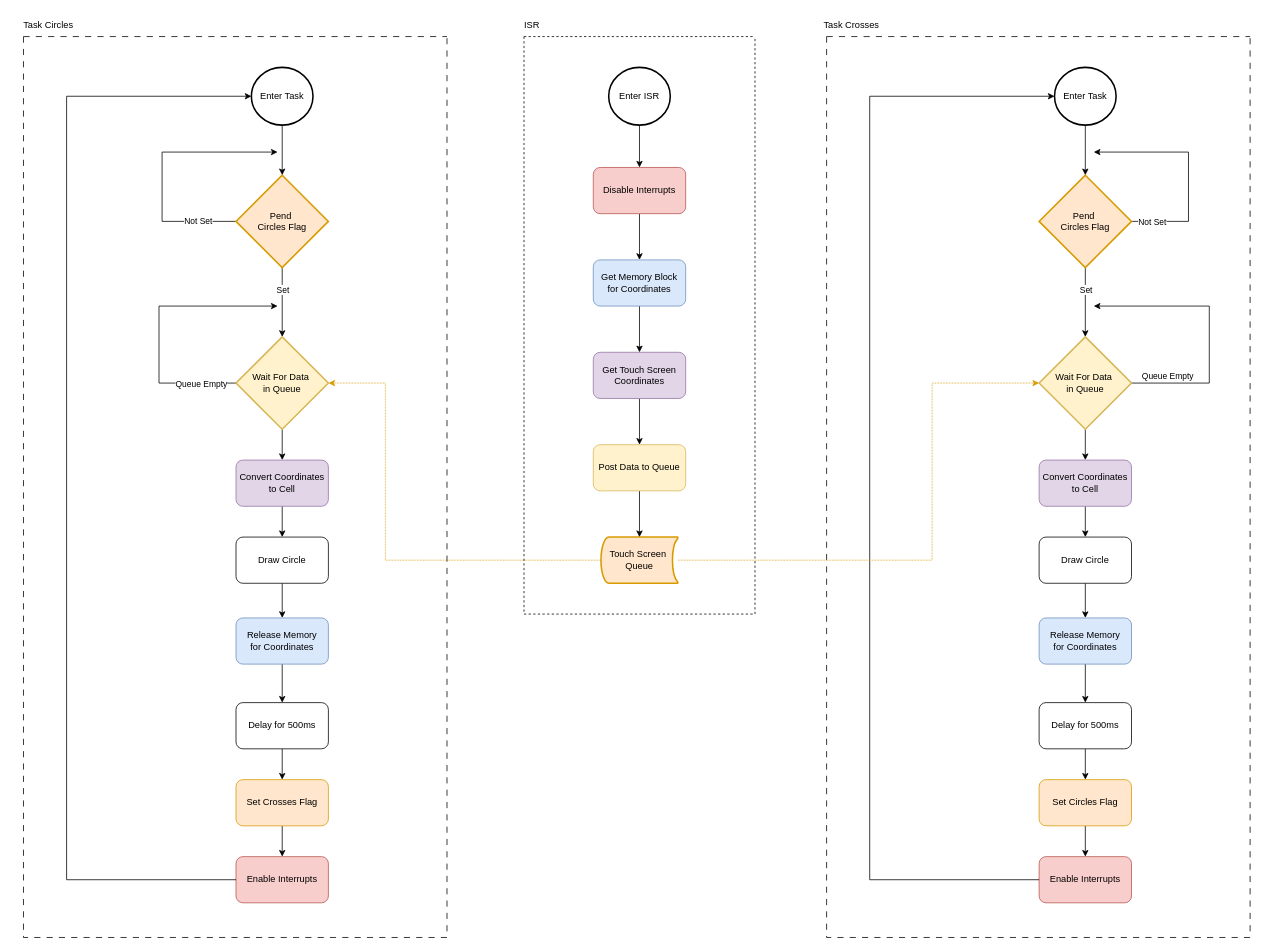
Earlier version of the draw.io diagram ProgramFlow.drawio (LauriAlanen/STM32F4-DISCO-TICTACTOE). Source tidied: cells renumbered, new cells numbered last; positions are measured from the earlier drawing's top-left corner, leaving out a move shared by most shapes. Both pictures are drawn from the tidied source at 77%, with x=0, y=0 at pixel (13, 13).
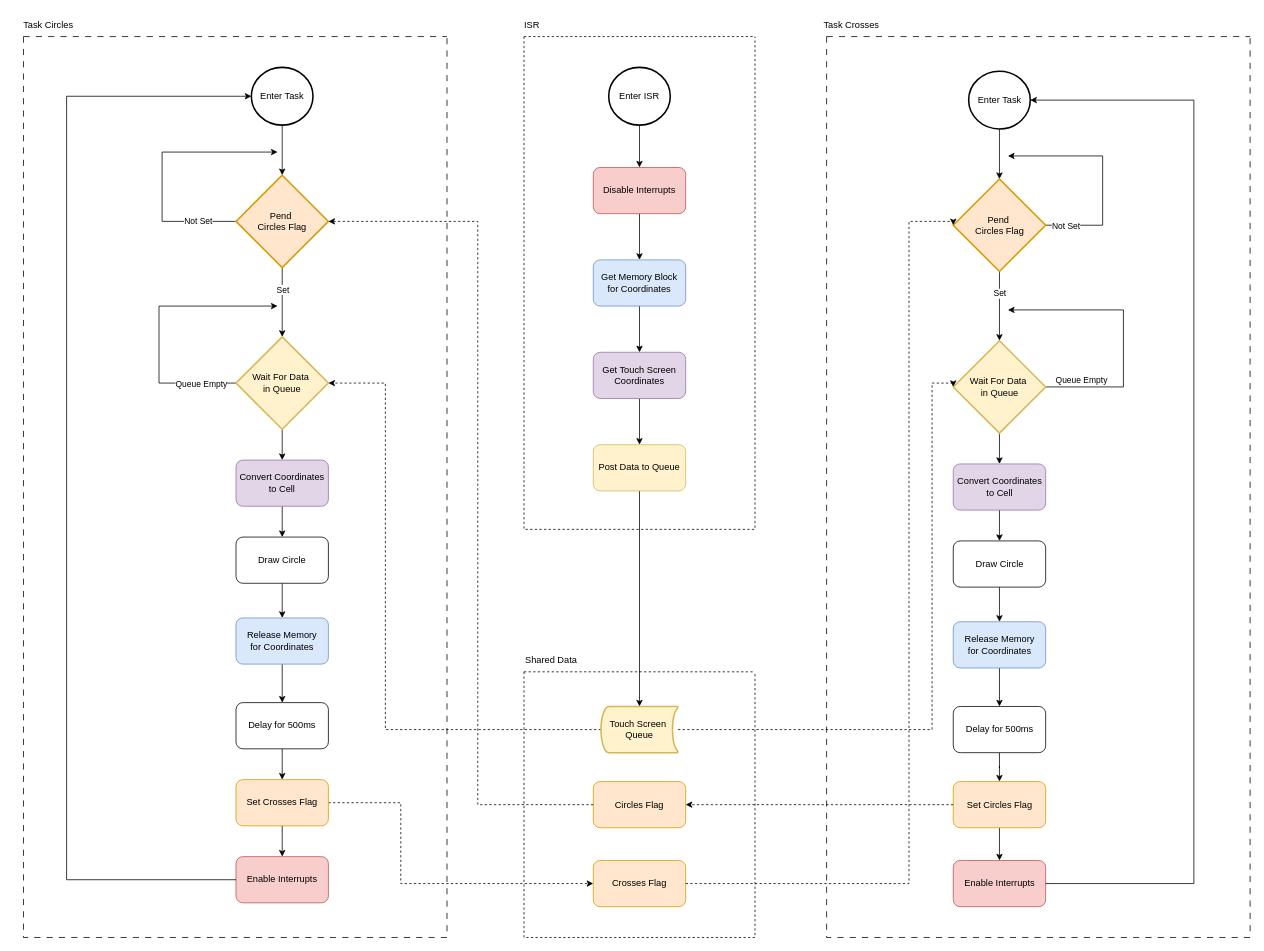
Above is the later version.

Unchanged cells that the change refers to:
```xml
<mxCell id="7" value="Pend&amp;nbsp;&lt;div&gt;Circles&amp;nbsp;&lt;span style=&quot;background-color: transparent; color: light-dark(rgb(0, 0, 0), rgb(255, 255, 255));&quot;&gt;Flag&lt;/span&gt;&lt;/div&gt;" style="strokeWidth=2;html=1;shape=mxgraph.flowchart.decision;whiteSpace=wrap;fillColor=#ffe6cc;strokeColor=#d79b00;" parent="1" vertex="1">
  <mxGeometry x="289" y="210" width="120" height="120" as="geometry" />
</mxCell>
<mxCell id="13" value="Wait For Data&amp;nbsp;&lt;div&gt;in Queue&lt;/div&gt;" style="strokeWidth=2;html=1;shape=mxgraph.flowchart.decision;whiteSpace=wrap;fillColor=#fff2cc;strokeColor=#d6b656;" parent="1" vertex="1">
  <mxGeometry x="289" y="420" width="120" height="120" as="geometry" />
</mxCell>
<mxCell id="36" value="Set Crosses Flag" style="rounded=1;whiteSpace=wrap;html=1;fillColor=#ffe6cc;strokeColor=#d79b00;" parent="1" vertex="1">
  <mxGeometry x="289" y="995" width="120" height="60" as="geometry" />
</mxCell>
```

The edit, as a diff of the source:
```diff
@@
-    <mxCell id="14" value="Touch Screen&amp;nbsp;&lt;div&gt;Queue&lt;/div&gt;" style="strokeWidth=2;html=1;shape=mxgraph.flowchart.stored_data;whiteSpace=wrap;fillColor=#ffe6cc;strokeColor=#d79b00;" parent="1" vertex="1">
-      <mxGeometry x="763" y="680" width="100" height="60" as="geometry" />
-    </mxCell>
@@
-    <mxCell id="29" style="edgeStyle=orthogonalEdgeStyle;rounded=0;jettySize=auto;html=1;entryX=1;entryY=0.5;entryDx=0;entryDy=0;entryPerimeter=0;dashed=1;dashPattern=1 1;fillColor=#ffe6cc;strokeColor=#d79b00;" parent="1" edge="1" source="14" target="13">
+    <mxCell id="29" style="edgeStyle=orthogonalEdgeStyle;rounded=0;jettySize=auto;html=1;entryX=1;entryY=0.5;entryDx=0;entryDy=0;entryPerimeter=0;dashed=1;" parent="1" edge="1" source="14" target="13">
       <mxGeometry relative="1" as="geometry">
         <Array as="points">
-          <mxPoint x="483" y="710" />
+          <mxPoint x="483" y="930" />
           <mxPoint x="483" y="480" />
         </Array>
       </mxGeometry>
     </mxCell>
@@
+    <mxCell id="68" style="edgeStyle=orthogonalEdgeStyle;rounded=0;jettySize=auto;html=1;entryX=0;entryY=0.5;entryDx=0;entryDy=0;dashed=1;" parent="1" edge="1" source="36" target="70">
+      <mxGeometry relative="1" as="geometry">
+        <Array as="points">
+          <mxPoint x="503" y="1025" />
+          <mxPoint x="503" y="1130" />
+        </Array>
+      </mxGeometry>
+    </mxCell>
@@
     <mxCell id="40" style="swimlane;startSize=0;dashed=1;" parent="1" vertex="1">
-      <mxGeometry x="663" y="30" width="300" height="750" as="geometry" />
+      <mxGeometry x="663" y="30" width="300" height="640" as="geometry" />
     </mxCell>
@@
+    <mxCell id="65" style="swimlane;startSize=0;fillStyle=dots;dashed=1;dashPattern=8 8;" parent="1" vertex="1">
+      <mxGeometry x="1056" y="30" width="550" height="1170" as="geometry" />
+    </mxCell>
-    <mxCell id="42" style="edgeStyle=orthogonalEdgeStyle;rounded=0;orthogonalLoop=1;jettySize=auto;html=1;exitX=1;exitY=0.5;exitDx=0;exitDy=0;exitPerimeter=0;" parent="1" edge="1">
+    <mxCell id="42" style="edgeStyle=orthogonalEdgeStyle;rounded=0;orthogonalLoop=1;jettySize=auto;html=1;exitX=1;exitY=0.5;exitDx=0;exitDy=0;exitPerimeter=0;" parent="65" edge="1">
       <mxGeometry relative="1" as="geometry">
-        <mxPoint x="1446" y="270" as="sourcePoint" />
-        <mxPoint x="1403" y="180" as="targetPoint" />
+        <mxPoint x="278.5" y="245" as="sourcePoint" />
+        <mxPoint x="235.5" y="155" as="targetPoint" />
         <Array as="points">
-          <mxPoint x="1526" y="270" />
-          <mxPoint x="1526" y="180" />
+          <mxPoint x="358.5" y="245" />
+          <mxPoint x="358.5" y="155" />
         </Array>
       </mxGeometry>
     </mxCell>
@@
-    <mxCell id="44" style="edgeStyle=orthogonalEdgeStyle;rounded=0;jettySize=auto;html=1;" parent="1" edge="1" source="46" target="52">
+    <mxCell id="44" style="edgeStyle=orthogonalEdgeStyle;rounded=0;jettySize=auto;html=1;" parent="65" edge="1" source="46" target="52">
       <mxGeometry relative="1" as="geometry" />
     </mxCell>
@@
-    <mxCell id="46" value="Pend&amp;nbsp;&lt;div&gt;Circles&amp;nbsp;&lt;span style=&quot;background-color: transparent; color: light-dark(rgb(0, 0, 0), rgb(255, 255, 255));&quot;&gt;Flag&lt;/span&gt;&lt;/div&gt;" style="strokeWidth=2;html=1;shape=mxgraph.flowchart.decision;whiteSpace=wrap;fillColor=#ffe6cc;strokeColor=#d79b00;" parent="1" vertex="1">
-      <mxGeometry x="1332" y="210" width="120" height="120" as="geometry" />
+    <mxCell id="46" value="Pend&amp;nbsp;&lt;div&gt;Circles&amp;nbsp;&lt;span style=&quot;background-color: transparent; color: light-dark(rgb(0, 0, 0), rgb(255, 255, 255));&quot;&gt;Flag&lt;/span&gt;&lt;/div&gt;" style="strokeWidth=2;html=1;shape=mxgraph.flowchart.decision;whiteSpace=wrap;fillColor=#ffe6cc;strokeColor=#d79b00;" parent="65" vertex="1">
+      <mxGeometry x="164.5" y="185" width="120" height="120" as="geometry" />
     </mxCell>
-    <mxCell id="47" style="edgeStyle=orthogonalEdgeStyle;rounded=0;jettySize=auto;html=1;" parent="1" edge="1" source="48" target="46">
+    <mxCell id="47" style="edgeStyle=orthogonalEdgeStyle;rounded=0;jettySize=auto;html=1;" parent="65" edge="1" source="48" target="46">
       <mxGeometry relative="1" as="geometry" />
     </mxCell>
-    <mxCell id="48" value="Enter Task" style="strokeWidth=2;html=1;shape=mxgraph.flowchart.start_2;whiteSpace=wrap;" parent="1" vertex="1">
-      <mxGeometry x="1352" y="70" width="80" height="75" as="geometry" />
+    <mxCell id="48" value="Enter Task" style="strokeWidth=2;html=1;shape=mxgraph.flowchart.start_2;whiteSpace=wrap;" parent="65" vertex="1">
+      <mxGeometry x="184.5" y="45" width="80" height="75" as="geometry" />
     </mxCell>
-    <mxCell id="49" style="edgeStyle=orthogonalEdgeStyle;rounded=0;jettySize=auto;html=1;" parent="1" edge="1" source="52">
+    <mxCell id="49" style="edgeStyle=orthogonalEdgeStyle;rounded=0;jettySize=auto;html=1;" parent="65" edge="1" source="52">
       <mxGeometry relative="1" as="geometry">
-        <mxPoint x="1403" y="380" as="targetPoint" />
+        <mxPoint x="235.5" y="355" as="targetPoint" />
         <Array as="points">
-          <mxPoint x="1553" y="480" />
-          <mxPoint x="1553" y="380" />
+          <mxPoint x="385.5" y="455" />
+          <mxPoint x="385.5" y="355" />
         </Array>
       </mxGeometry>
     </mxCell>
@@
-    <mxCell id="51" style="edgeStyle=orthogonalEdgeStyle;rounded=0;jettySize=auto;html=1;" parent="1" edge="1" source="52" target="54">
+    <mxCell id="51" style="edgeStyle=orthogonalEdgeStyle;rounded=0;jettySize=auto;html=1;" parent="65" edge="1" source="52" target="54">
       <mxGeometry relative="1" as="geometry" />
     </mxCell>
-    <mxCell id="52" value="Wait For Data&amp;nbsp;&lt;div&gt;in Queue&lt;/div&gt;" style="strokeWidth=2;html=1;shape=mxgraph.flowchart.decision;whiteSpace=wrap;fillColor=#fff2cc;strokeColor=#d6b656;" parent="1" vertex="1">
-      <mxGeometry x="1332" y="420" width="120" height="120" as="geometry" />
+    <mxCell id="52" value="Wait For Data&amp;nbsp;&lt;div&gt;in Queue&lt;/div&gt;" style="strokeWidth=2;html=1;shape=mxgraph.flowchart.decision;whiteSpace=wrap;fillColor=#fff2cc;strokeColor=#d6b656;" parent="65" vertex="1">
+      <mxGeometry x="164.5" y="395" width="120" height="120" as="geometry" />
     </mxCell>
-    <mxCell id="53" style="edgeStyle=orthogonalEdgeStyle;rounded=0;jettySize=auto;html=1;" parent="1" edge="1" source="54" target="56">
+    <mxCell id="53" style="edgeStyle=orthogonalEdgeStyle;rounded=0;jettySize=auto;html=1;" parent="65" edge="1" source="54" target="56">
       <mxGeometry relative="1" as="geometry" />
     </mxCell>
-    <mxCell id="54" value="Convert Coordinates&lt;div&gt;to Cell&lt;/div&gt;" style="rounded=1;whiteSpace=wrap;html=1;fillColor=#e1d5e7;strokeColor=#9673a6;" parent="1" vertex="1">
-      <mxGeometry x="1332" y="580" width="120" height="60" as="geometry" />
+    <mxCell id="54" value="Convert Coordinates&lt;div&gt;to Cell&lt;/div&gt;" style="rounded=1;whiteSpace=wrap;html=1;fillColor=#e1d5e7;strokeColor=#9673a6;" parent="65" vertex="1">
+      <mxGeometry x="164.5" y="555" width="120" height="60" as="geometry" />
     </mxCell>
-    <mxCell id="55" style="edgeStyle=orthogonalEdgeStyle;rounded=0;jettySize=auto;html=1;" parent="1" edge="1" source="56" target="58">
+    <mxCell id="55" style="edgeStyle=orthogonalEdgeStyle;rounded=0;jettySize=auto;html=1;" parent="65" edge="1" source="56" target="58">
       <mxGeometry relative="1" as="geometry" />
     </mxCell>
-    <mxCell id="56" value="Draw Circle" style="rounded=1;whiteSpace=wrap;html=1;" parent="1" vertex="1">
-      <mxGeometry x="1332" y="680" width="120" height="60" as="geometry" />
+    <mxCell id="56" value="Draw Circle" style="rounded=1;whiteSpace=wrap;html=1;" parent="65" vertex="1">
+      <mxGeometry x="164.5" y="655" width="120" height="60" as="geometry" />
     </mxCell>
-    <mxCell id="57" style="edgeStyle=orthogonalEdgeStyle;rounded=0;jettySize=auto;html=1;" parent="1" edge="1" source="58" target="60">
+    <mxCell id="57" style="edgeStyle=orthogonalEdgeStyle;rounded=0;jettySize=auto;html=1;" parent="65" edge="1" source="58" target="60">
       <mxGeometry relative="1" as="geometry" />
     </mxCell>
-    <mxCell id="58" value="Release Memory&lt;div&gt;for Coordinates&lt;/div&gt;" style="rounded=1;whiteSpace=wrap;html=1;fillColor=#dae8fc;strokeColor=#6c8ebf;" parent="1" vertex="1">
-      <mxGeometry x="1332" y="785" width="120" height="60" as="geometry" />
+    <mxCell id="58" value="Release Memory&lt;div&gt;for Coordinates&lt;/div&gt;" style="rounded=1;whiteSpace=wrap;html=1;fillColor=#dae8fc;strokeColor=#6c8ebf;" parent="65" vertex="1">
+      <mxGeometry x="164.5" y="760" width="120" height="60" as="geometry" />
     </mxCell>
-    <mxCell id="59" style="edgeStyle=orthogonalEdgeStyle;rounded=0;jettySize=auto;html=1;" parent="1" edge="1" source="60" target="63">
+    <mxCell id="59" style="edgeStyle=orthogonalEdgeStyle;rounded=0;jettySize=auto;html=1;" parent="65" edge="1" source="60" target="63">
       <mxGeometry relative="1" as="geometry" />
     </mxCell>
-    <mxCell id="60" value="Delay for 500ms" style="rounded=1;whiteSpace=wrap;html=1;" parent="1" vertex="1">
-      <mxGeometry x="1332" y="895" width="120" height="60" as="geometry" />
+    <mxCell id="60" value="Delay for 500ms" style="rounded=1;whiteSpace=wrap;html=1;" parent="65" vertex="1">
+      <mxGeometry x="164.5" y="870" width="120" height="60" as="geometry" />
     </mxCell>
-    <mxCell id="61" value="Enable Interrupts" style="rounded=1;whiteSpace=wrap;html=1;fillColor=#f8cecc;strokeColor=#b85450;" parent="1" vertex="1">
-      <mxGeometry x="1332" y="1095" width="120" height="60" as="geometry" />
+    <mxCell id="61" value="Enable Interrupts" style="rounded=1;whiteSpace=wrap;html=1;fillColor=#f8cecc;strokeColor=#b85450;" parent="65" vertex="1">
+      <mxGeometry x="164.5" y="1070" width="120" height="60" as="geometry" />
     </mxCell>
-    <mxCell id="62" style="edgeStyle=orthogonalEdgeStyle;rounded=0;jettySize=auto;html=1;" parent="1" edge="1" source="63" target="61">
+    <mxCell id="62" style="edgeStyle=orthogonalEdgeStyle;rounded=0;jettySize=auto;html=1;" parent="65" edge="1" source="63" target="61">
       <mxGeometry relative="1" as="geometry" />
     </mxCell>
-    <mxCell id="63" value="Set Circles Flag" style="rounded=1;whiteSpace=wrap;html=1;fillColor=#ffe6cc;strokeColor=#d79b00;" parent="1" vertex="1">
-      <mxGeometry x="1332" y="995" width="120" height="60" as="geometry" />
+    <mxCell id="63" value="Set Circles Flag" style="rounded=1;whiteSpace=wrap;html=1;fillColor=#ffe6cc;strokeColor=#d79b00;" parent="65" vertex="1">
+      <mxGeometry x="164.5" y="967.5" width="120" height="60" as="geometry" />
     </mxCell>
-    <mxCell id="64" style="edgeStyle=orthogonalEdgeStyle;rounded=0;jettySize=auto;html=1;entryX=0;entryY=0.5;entryDx=0;entryDy=0;entryPerimeter=0;" parent="1" edge="1" source="61" target="48">
+    <mxCell id="64" style="edgeStyle=orthogonalEdgeStyle;rounded=0;jettySize=auto;html=1;entryX=1;entryY=0.5;entryDx=0;entryDy=0;entryPerimeter=0;" parent="65" edge="1" source="61" target="48">
       <mxGeometry relative="1" as="geometry">
         <Array as="points">
-          <mxPoint x="1112" y="1125" />
-          <mxPoint x="1112" y="108" />
+          <mxPoint x="477" y="1100" />
+          <mxPoint x="477" y="83" />
         </Array>
       </mxGeometry>
     </mxCell>
-    <mxCell id="65" style="swimlane;startSize=0;fillStyle=dots;dashed=1;dashPattern=8 8;" parent="1" vertex="1">
-      <mxGeometry x="1056" y="30" width="550" height="1170" as="geometry" />
-    </mxCell>
@@
-    <mxCell id="67" style="edgeStyle=orthogonalEdgeStyle;rounded=0;jettySize=auto;html=1;entryX=0;entryY=0.5;entryDx=0;entryDy=0;entryPerimeter=0;dashed=1;dashPattern=1 1;fillColor=#ffe6cc;strokeColor=#d79b00;" parent="1" edge="1" source="14" target="52">
+    <mxCell id="67" style="edgeStyle=orthogonalEdgeStyle;rounded=0;jettySize=auto;html=1;entryX=0;entryY=0.5;entryDx=0;entryDy=0;entryPerimeter=0;dashed=1;" parent="1" edge="1" source="14" target="52">
       <mxGeometry relative="1" as="geometry">
         <Array as="points">
-          <mxPoint x="1193" y="710" />
+          <mxPoint x="1193" y="930" />
           <mxPoint x="1193" y="480" />
         </Array>
       </mxGeometry>
     </mxCell>
+    <mxCell id="69" style="swimlane;startSize=0;dashed=1;" parent="1" vertex="1">
+      <mxGeometry x="663" y="855" width="300" height="345" as="geometry" />
+    </mxCell>
+    <mxCell id="70" value="Crosses Flag" style="rounded=1;whiteSpace=wrap;html=1;fillColor=#ffe6cc;strokeColor=#d79b00;" parent="69" vertex="1">
+      <mxGeometry x="90" y="245" width="120" height="60" as="geometry" />
+    </mxCell>
+    <mxCell id="71" value="Circles Flag" style="rounded=1;whiteSpace=wrap;html=1;fillColor=#ffe6cc;strokeColor=#d79b00;" parent="69" vertex="1">
+      <mxGeometry x="90" y="142.5" width="120" height="60" as="geometry" />
+    </mxCell>
+    <mxCell id="14" value="Touch Screen&amp;nbsp;&lt;div&gt;Queue&lt;/div&gt;" style="strokeWidth=2;html=1;shape=mxgraph.flowchart.stored_data;whiteSpace=wrap;fillColor=#fff2cc;strokeColor=#d6b656;" parent="69" vertex="1">
+      <mxGeometry x="100" y="45" width="100" height="60" as="geometry" />
+    </mxCell>
+    <mxCell id="72" value="Shared Data" style="text;html=1;align=center;verticalAlign=middle;strokeColor=none;fillColor=none;" parent="1" vertex="1">
+      <mxGeometry x="653" y="825" width="90" height="30" as="geometry" />
+    </mxCell>
+    <mxCell id="73" style="edgeStyle=orthogonalEdgeStyle;rounded=0;jettySize=auto;html=1;dashed=1;" parent="1" edge="1" source="63" target="71">
+      <mxGeometry relative="1" as="geometry">
+        <Array as="points">
+          <mxPoint x="1033" y="1028" />
+          <mxPoint x="1033" y="1028" />
+        </Array>
+      </mxGeometry>
+    </mxCell>
+    <mxCell id="74" style="edgeStyle=orthogonalEdgeStyle;rounded=0;jettySize=auto;html=1;entryX=0;entryY=0.5;entryDx=0;entryDy=0;entryPerimeter=0;dashed=1;" parent="1" edge="1" source="70" target="46">
+      <mxGeometry relative="1" as="geometry">
+        <Array as="points">
+          <mxPoint x="1163" y="1130" />
+          <mxPoint x="1163" y="270" />
+        </Array>
+      </mxGeometry>
+    </mxCell>
+    <mxCell id="75" style="edgeStyle=orthogonalEdgeStyle;rounded=0;jettySize=auto;html=1;entryX=1;entryY=0.5;entryDx=0;entryDy=0;entryPerimeter=0;dashed=1;" parent="1" edge="1" source="71" target="7">
+      <mxGeometry relative="1" as="geometry">
+        <Array as="points">
+          <mxPoint x="603" y="1027" />
+          <mxPoint x="603" y="270" />
+        </Array>
+      </mxGeometry>
+    </mxCell>
```
